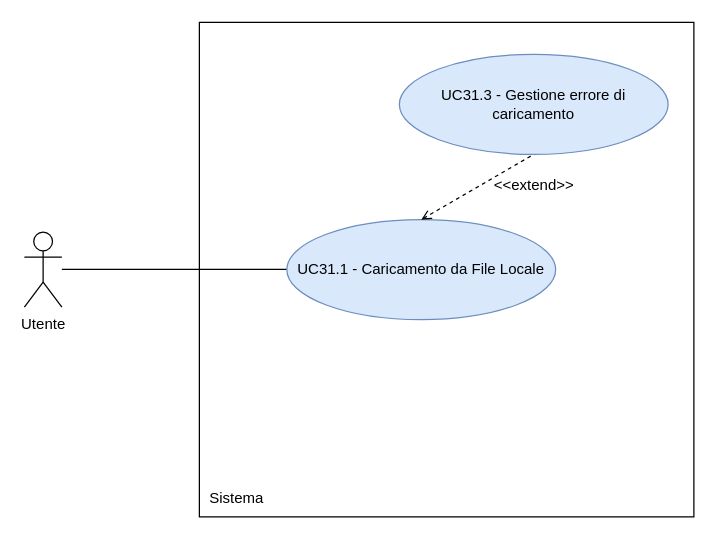
thebitless-group-swe/thebitless.github.io keeps this draw.io diagram as RTB/doc_esterna/analisi-dei-requisiti/assets/draw.io/UC31.1.drawio. Above is the earlier version. Source tidied: cells renumbered, new cells numbered last; positions are measured from the earlier drawing's top-left corner, leaving out a move shared by most shapes. Both pictures are drawn from the tidied source at 125%, with x=0, y=0 at pixel (24, 21).
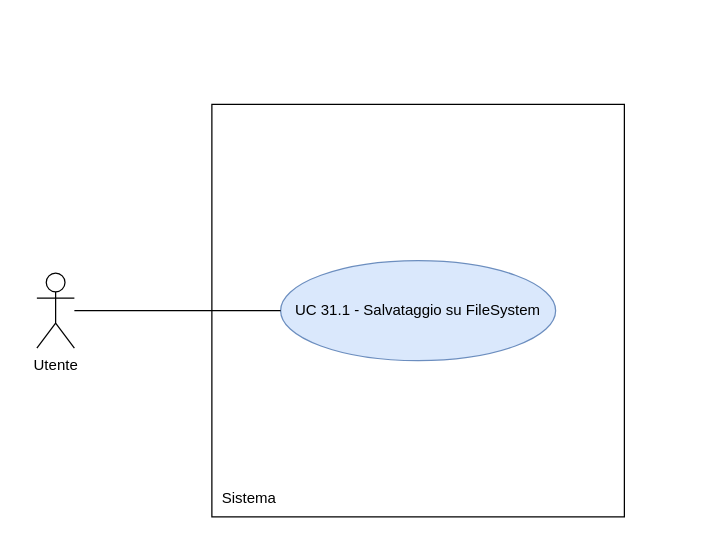
After the change.

Change to the diagram source:
```diff
@@
 <mxGraphModel>
   <root>
     <mxCell id="0" />
     <mxCell id="1" parent="0" />
     <mxCell id="2" value="Utente" style="shape=umlActor;verticalLabelPosition=bottom;verticalAlign=top;html=1;outlineConnect=0;" parent="1" vertex="1">
-      <mxGeometry y="168.2" width="30" height="60" as="geometry" />
+      <mxGeometry x="10" y="201" width="30" height="60" as="geometry" />
     </mxCell>
-    <mxCell id="3" style="whiteSpace=wrap;html=1;" parent="1" vertex="1">
-      <mxGeometry x="140" y="0.4" width="395.6" height="395.6" as="geometry" />
-    </mxCell>
-    <mxCell id="4" style="edgeStyle=orthogonalEdgeStyle;rounded=0;jettySize=auto;html=1;endArrow=none;endFill=0;" parent="1" edge="1" source="5">
-      <mxGeometry relative="1" as="geometry">
-        <mxPoint x="30" y="198" as="targetPoint" />
-        <Array as="points">
-          <mxPoint x="30" y="198" />
-        </Array>
-      </mxGeometry>
-    </mxCell>
-    <mxCell id="5" value="UC31.1 - Caricamento da File Locale" style="ellipse;whiteSpace=wrap;html=1;fillColor=#dae8fc;strokeColor=#6c8ebf;" parent="1" vertex="1">
-      <mxGeometry x="210" y="158.2" width="215" height="80" as="geometry" />
-    </mxCell>
+    <mxCell id="10" style="whiteSpace=wrap;html=1;" parent="1" vertex="1">
+      <mxGeometry x="150" y="66" width="330" height="330" as="geometry" />
+    </mxCell>
     <mxCell id="6" value="Sistema" style="text;html=1;whiteSpace=wrap;strokeColor=none;fillColor=none;align=center;verticalAlign=middle;rounded=0;" parent="1" vertex="1">
-      <mxGeometry x="140" y="366" width="60" height="30" as="geometry" />
+      <mxGeometry x="150" y="366" width="60" height="30" as="geometry" />
     </mxCell>
-    <mxCell id="7" value="UC31.3 - Gestione errore di caricamento" style="ellipse;whiteSpace=wrap;html=1;fillColor=#dae8fc;strokeColor=#6c8ebf;" parent="1" vertex="1">
-      <mxGeometry x="300" y="26" width="215" height="80" as="geometry" />
-    </mxCell>
-    <mxCell id="8" style="endArrow=none;dashed=1;html=1;rounded=0;exitX=0.5;exitY=0;exitDx=0;exitDy=0;entryX=0.5;entryY=1;entryDx=0;entryDy=0;startArrow=open;startFill=0;" parent="1" edge="1" source="5" target="7">
-      <mxGeometry relative="1" as="geometry" />
-    </mxCell>
-    <mxCell id="9" value="&amp;lt;&amp;lt;extend&amp;gt;&amp;gt;" style="text;html=1;whiteSpace=wrap;strokeColor=none;fillColor=none;align=center;verticalAlign=middle;rounded=0;" parent="1" vertex="1">
-      <mxGeometry x="377.5" y="116" width="60" height="30" as="geometry" />
-    </mxCell>
+    <mxCell id="11" value="UC 31.1 - Salvataggio su FileSystem" style="ellipse;whiteSpace=wrap;html=1;fillColor=#dae8fc;strokeColor=#6c8ebf;" parent="1" vertex="1">
+      <mxGeometry x="205" y="191" width="220" height="80" as="geometry" />
+    </mxCell>
+    <mxCell id="12" style="edgeStyle=none;rounded=0;jettySize=auto;html=1;endArrow=none;endFill=0;" parent="1" edge="1" source="2" target="11">
+      <mxGeometry relative="1" as="geometry" />
+    </mxCell>
   </root>
 </mxGraphModel>
```
